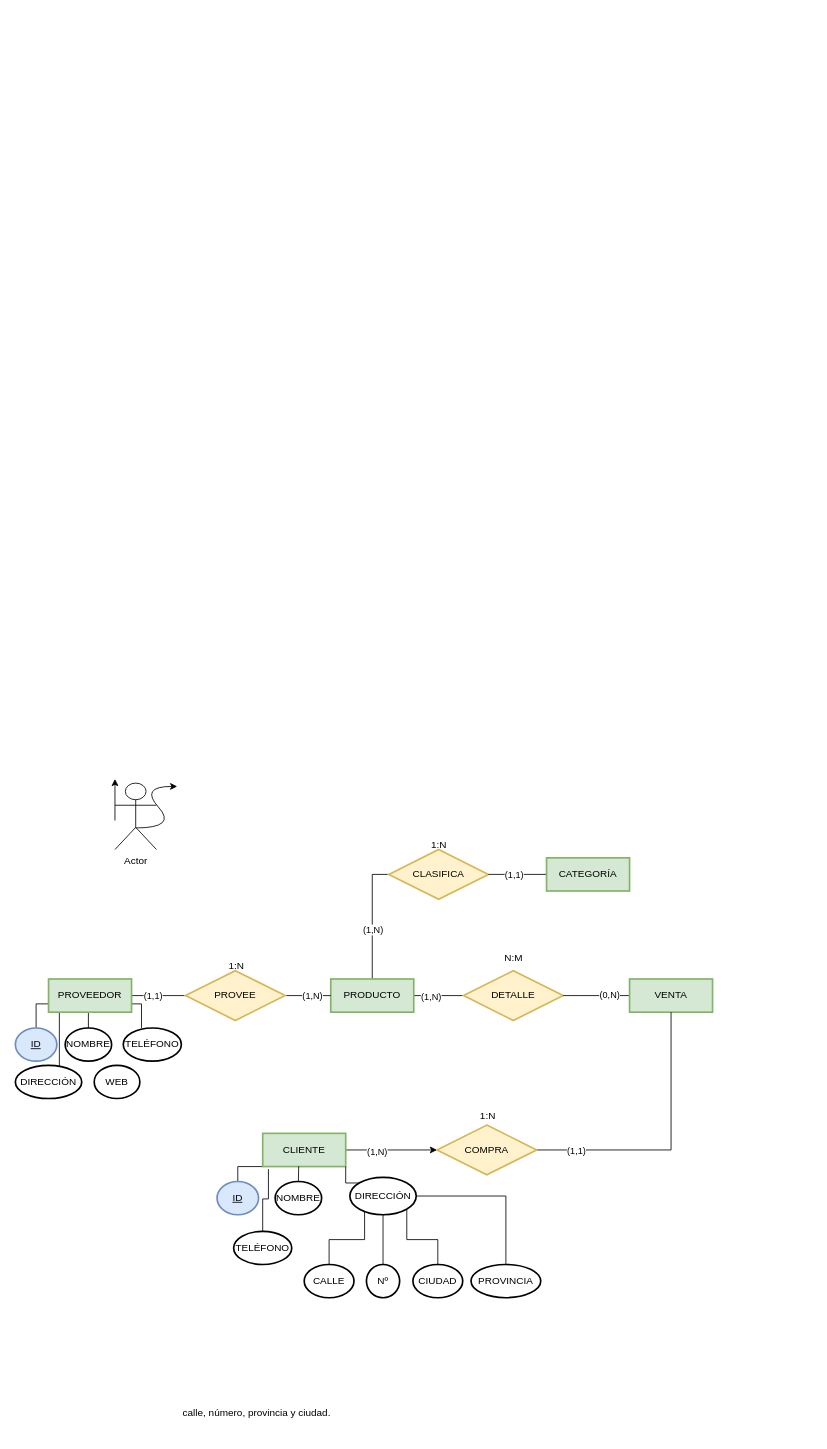
This is Sistema de ventas.drawio from Carball04/Trabajos-E-R, a draw.io file, before an edit. Source tidied: cells renumbered, new cells numbered last; positions are measured from the earlier drawing's top-left corner, leaving out a move shared by most shapes. Both pictures are drawn from the tidied source at 83%, with x=0, y=0 at pixel (15, 779).
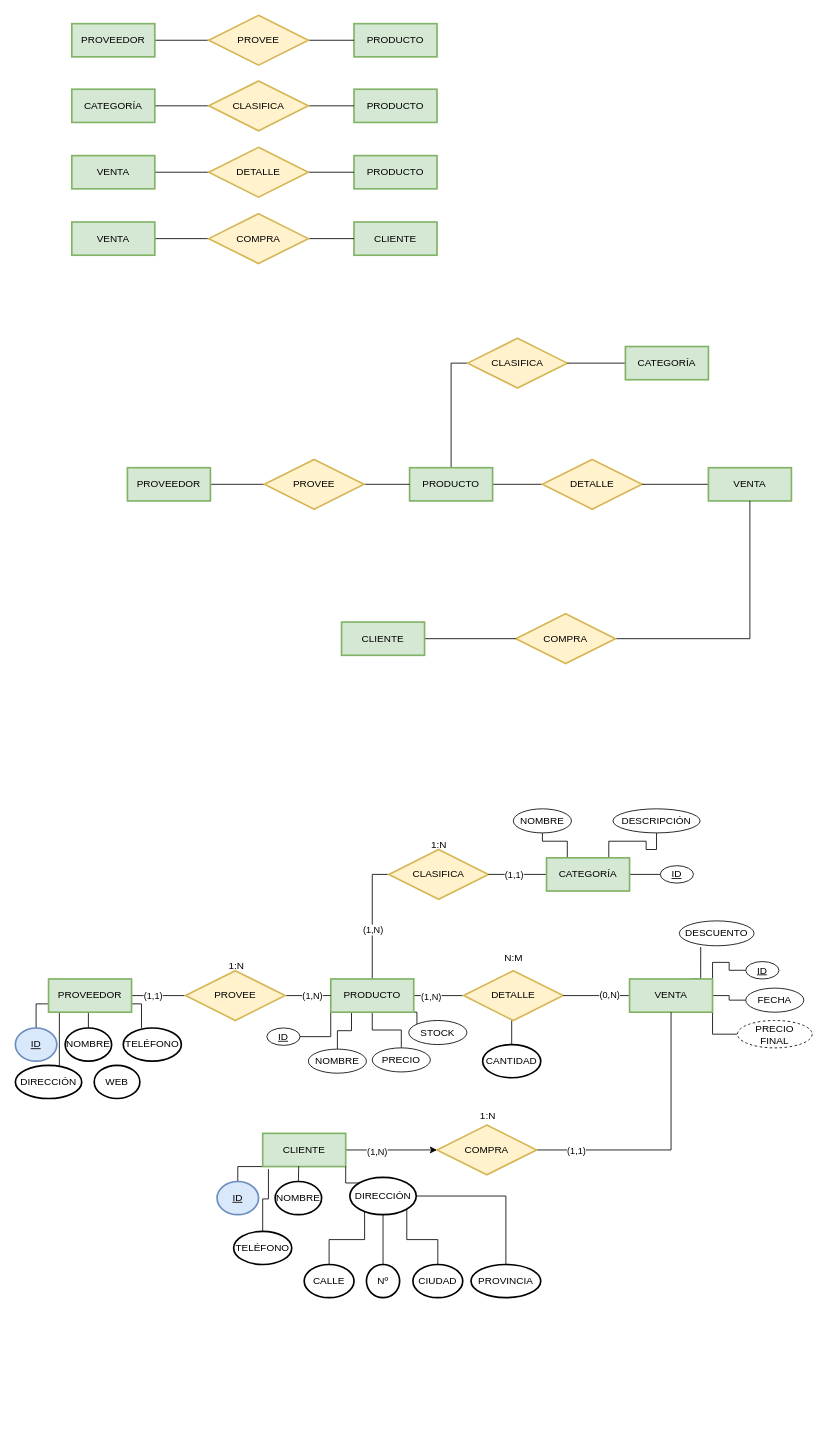
Above is the later version.

Unchanged cells that the change refers to:
```xml
<mxCell id="14" value="PRODUCTO" style="whiteSpace=wrap;html=1;align=center;fillColor=#d5e8d4;strokeColor=#82b366;strokeWidth=2;" parent="1" vertex="1">
  <mxGeometry x="380" y="241" width="100" height="40" as="geometry" />
</mxCell>
<mxCell id="22" value="CATEGORÍA" style="whiteSpace=wrap;html=1;align=center;fillColor=#d5e8d4;strokeColor=#82b366;strokeWidth=2;" parent="1" vertex="1">
  <mxGeometry x="640" y="95" width="100" height="40" as="geometry" />
</mxCell>
<mxCell id="24" value="DETALLE" style="shape=rhombus;perimeter=rhombusPerimeter;whiteSpace=wrap;html=1;align=center;fillColor=#fff2cc;strokeColor=#d6b656;strokeWidth=2;" parent="1" vertex="1">
  <mxGeometry x="540" y="231" width="120" height="60" as="geometry" />
</mxCell>
<mxCell id="27" value="VENTA" style="whiteSpace=wrap;html=1;align=center;fillColor=#d5e8d4;strokeColor=#82b366;strokeWidth=2;" parent="1" vertex="1">
  <mxGeometry x="740" y="241" width="100" height="40" as="geometry" />
</mxCell>
```

Change to the diagram source:
```diff
@@
+    <mxCell id="61" style="edgeStyle=orthogonalEdgeStyle;rounded=0;jettySize=auto;html=1;exitX=0;exitY=1;exitDx=0;exitDy=0;entryX=1;entryY=0.5;entryDx=0;entryDy=0;endArrow=none;endFill=0;" parent="1" edge="1" source="14" target="78">
+      <mxGeometry relative="1" as="geometry" />
+    </mxCell>
+    <mxCell id="62" style="edgeStyle=orthogonalEdgeStyle;rounded=0;jettySize=auto;html=1;exitX=0.25;exitY=1;exitDx=0;exitDy=0;entryX=0.5;entryY=0;entryDx=0;entryDy=0;endArrow=none;endFill=0;" parent="1" edge="1" source="14" target="79">
+      <mxGeometry relative="1" as="geometry" />
+    </mxCell>
+    <mxCell id="63" style="edgeStyle=orthogonalEdgeStyle;rounded=0;jettySize=auto;html=1;exitX=0.5;exitY=1;exitDx=0;exitDy=0;entryX=0.5;entryY=0;entryDx=0;entryDy=0;endArrow=none;endFill=0;" parent="1" edge="1" source="14" target="80">
+      <mxGeometry relative="1" as="geometry" />
+    </mxCell>
+    <mxCell id="64" style="edgeStyle=orthogonalEdgeStyle;rounded=0;jettySize=auto;html=1;exitX=0.75;exitY=1;exitDx=0;exitDy=0;entryX=0;entryY=0;entryDx=0;entryDy=0;endArrow=none;endFill=0;" parent="1" edge="1" source="14" target="81">
+      <mxGeometry relative="1" as="geometry" />
+    </mxCell>
@@
+    <mxCell id="65" style="edgeStyle=orthogonalEdgeStyle;rounded=0;jettySize=auto;html=1;exitX=1;exitY=0.5;exitDx=0;exitDy=0;entryX=0;entryY=0.5;entryDx=0;entryDy=0;endArrow=none;endFill=0;" parent="1" edge="1" source="22" target="82">
+      <mxGeometry relative="1" as="geometry" />
+    </mxCell>
+    <mxCell id="66" style="edgeStyle=orthogonalEdgeStyle;rounded=0;jettySize=auto;html=1;exitX=0.75;exitY=0;exitDx=0;exitDy=0;entryX=0.5;entryY=1;entryDx=0;entryDy=0;endArrow=none;endFill=0;" parent="1" edge="1" source="22" target="84">
+      <mxGeometry relative="1" as="geometry" />
+    </mxCell>
+    <mxCell id="67" style="edgeStyle=orthogonalEdgeStyle;rounded=0;jettySize=auto;html=1;exitX=0.25;exitY=0;exitDx=0;exitDy=0;entryX=0.5;entryY=1;entryDx=0;entryDy=0;endArrow=none;endFill=0;" parent="1" edge="1" source="22" target="83">
+      <mxGeometry relative="1" as="geometry" />
+    </mxCell>
@@
+    <mxCell id="68" style="edgeStyle=orthogonalEdgeStyle;rounded=0;jettySize=auto;html=1;exitX=0.5;exitY=1;exitDx=0;exitDy=0;entryX=0.5;entryY=0;entryDx=0;entryDy=0;endArrow=none;endFill=0;" parent="1" edge="1" source="24" target="73">
+      <mxGeometry relative="1" as="geometry" />
+    </mxCell>
@@
+    <mxCell id="69" style="edgeStyle=orthogonalEdgeStyle;rounded=0;jettySize=auto;html=1;exitX=1;exitY=0;exitDx=0;exitDy=0;entryX=0;entryY=0.5;entryDx=0;entryDy=0;endArrow=none;endFill=0;" parent="1" edge="1" source="27" target="74">
+      <mxGeometry relative="1" as="geometry" />
+    </mxCell>
+    <mxCell id="70" style="edgeStyle=orthogonalEdgeStyle;rounded=0;jettySize=auto;html=1;exitX=1;exitY=0.5;exitDx=0;exitDy=0;entryX=0;entryY=0.5;entryDx=0;entryDy=0;endArrow=none;endFill=0;" parent="1" edge="1" source="27" target="75">
+      <mxGeometry relative="1" as="geometry" />
+    </mxCell>
+    <mxCell id="71" style="edgeStyle=orthogonalEdgeStyle;rounded=0;jettySize=auto;html=1;exitX=1;exitY=1;exitDx=0;exitDy=0;entryX=0;entryY=0.5;entryDx=0;entryDy=0;endArrow=none;endFill=0;" parent="1" edge="1" source="27" target="76">
+      <mxGeometry relative="1" as="geometry" />
+    </mxCell>
+    <mxCell id="72" style="edgeStyle=orthogonalEdgeStyle;rounded=0;jettySize=auto;html=1;exitX=0.75;exitY=0;exitDx=0;exitDy=0;entryX=0.286;entryY=1.05;entryDx=0;entryDy=0;entryPerimeter=0;endArrow=none;endFill=0;" parent="1" edge="1" source="27" target="77">
+      <mxGeometry relative="1" as="geometry" />
+    </mxCell>
@@
-    <mxCell id="28" value="Actor" style="shape=umlActor;verticalLabelPosition=bottom;verticalAlign=top;html=1;" parent="1" vertex="1">
-      <mxGeometry x="120" y="5" width="50" height="80" as="geometry" />
-    </mxCell>
-    <mxCell id="29" style="curved=1;endArrow=classic;html=1;rounded=0;" parent="1" edge="1">
-      <mxGeometry relative="1" as="geometry">
-        <mxPoint x="145" y="59" as="sourcePoint" />
-        <mxPoint x="195" y="9" as="targetPoint" />
-        <Array as="points">
-          <mxPoint x="195" y="59" />
-          <mxPoint x="150" y="9" />
-        </Array>
-      </mxGeometry>
-    </mxCell>
-    <mxCell id="30" style="endArrow=classic;html=1;rounded=0;" parent="1" edge="1">
-      <mxGeometry relative="1" as="geometry">
-        <mxPoint x="120" y="50" as="sourcePoint" />
-        <mxPoint x="120" as="targetPoint" />
-      </mxGeometry>
-    </mxCell>
@@
-    <mxCell id="57" value="calle, número, provincia y ciudad." style="text;whiteSpace=wrap;html=1;" parent="1" vertex="1">
-      <mxGeometry x="200" y="750" width="210" height="40" as="geometry" />
-    </mxCell>
@@
+    <mxCell id="73" value="CANTIDAD" style="ellipse;whiteSpace=wrap;html=1;align=center;strokeWidth=2;" parent="1" vertex="1">
+      <mxGeometry x="563" y="320" width="70" height="40" as="geometry" />
+    </mxCell>
+    <mxCell id="74" value="ID" style="ellipse;whiteSpace=wrap;html=1;align=center;fontStyle=4;" parent="1" vertex="1">
+      <mxGeometry x="880" y="220" width="40" height="21" as="geometry" />
+    </mxCell>
+    <mxCell id="75" value="FECHA" style="ellipse;whiteSpace=wrap;html=1;align=center;" parent="1" vertex="1">
+      <mxGeometry x="880" y="252" width="70" height="29" as="geometry" />
+    </mxCell>
+    <mxCell id="76" value="&lt;div&gt;PRECIO&lt;/div&gt;&lt;div&gt;FINAL&lt;br&gt;&lt;/div&gt;" style="ellipse;whiteSpace=wrap;html=1;align=center;dashed=1;" parent="1" vertex="1">
+      <mxGeometry x="870" y="291" width="90" height="33" as="geometry" />
+    </mxCell>
+    <mxCell id="77" value="DESCUENTO" style="ellipse;whiteSpace=wrap;html=1;align=center;" parent="1" vertex="1">
+      <mxGeometry x="800" y="171" width="90" height="30" as="geometry" />
+    </mxCell>
+    <mxCell id="78" value="ID" style="ellipse;whiteSpace=wrap;html=1;align=center;fontStyle=4;" parent="1" vertex="1">
+      <mxGeometry x="303" y="300" width="40" height="21" as="geometry" />
+    </mxCell>
+    <mxCell id="79" value="NOMBRE" style="ellipse;whiteSpace=wrap;html=1;align=center;" parent="1" vertex="1">
+      <mxGeometry x="353" y="325.5" width="70" height="29" as="geometry" />
+    </mxCell>
+    <mxCell id="80" value="PRECIO" style="ellipse;whiteSpace=wrap;html=1;align=center;" parent="1" vertex="1">
+      <mxGeometry x="430" y="324" width="70" height="29" as="geometry" />
+    </mxCell>
+    <mxCell id="81" value="STOCK" style="ellipse;whiteSpace=wrap;html=1;align=center;" parent="1" vertex="1">
+      <mxGeometry x="474" y="291" width="70" height="29" as="geometry" />
+    </mxCell>
+    <mxCell id="82" value="ID" style="ellipse;whiteSpace=wrap;html=1;align=center;fontStyle=4;" parent="1" vertex="1">
+      <mxGeometry x="777" y="104.5" width="40" height="21" as="geometry" />
+    </mxCell>
+    <mxCell id="83" value="NOMBRE" style="ellipse;whiteSpace=wrap;html=1;align=center;" parent="1" vertex="1">
+      <mxGeometry x="600" y="36" width="70" height="29" as="geometry" />
+    </mxCell>
+    <mxCell id="84" value="DESCRIPCIÓN" style="ellipse;whiteSpace=wrap;html=1;align=center;" parent="1" vertex="1">
+      <mxGeometry x="720" y="36" width="105" height="29" as="geometry" />
+    </mxCell>
+    <mxCell id="85" style="edgeStyle=orthogonalEdgeStyle;rounded=0;jettySize=auto;html=1;exitX=1;exitY=0.5;exitDx=0;exitDy=0;entryX=0;entryY=0.5;entryDx=0;entryDy=0;endArrow=none;endFill=0;" parent="1" edge="1" source="86" target="90">
+      <mxGeometry relative="1" as="geometry" />
+    </mxCell>
+    <mxCell id="86" value="PROVEEDOR" style="whiteSpace=wrap;html=1;align=center;fillColor=#d5e8d4;strokeColor=#82b366;strokeWidth=2;" parent="1" vertex="1">
+      <mxGeometry x="68" y="-910" width="100" height="40" as="geometry" />
+    </mxCell>
+    <mxCell id="87" style="edgeStyle=orthogonalEdgeStyle;rounded=0;jettySize=auto;html=1;exitX=0.5;exitY=1;exitDx=0;exitDy=0;endArrow=none;endFill=0;" parent="1" edge="1" source="88">
+      <mxGeometry relative="1" as="geometry">
+        <mxPoint x="458.3" y="-869.9" as="targetPoint" />
+      </mxGeometry>
+    </mxCell>
+    <mxCell id="88" value="PRODUCTO" style="whiteSpace=wrap;html=1;align=center;fillColor=#d5e8d4;strokeColor=#82b366;strokeWidth=2;" parent="1" vertex="1">
+      <mxGeometry x="408" y="-910" width="100" height="40" as="geometry" />
+    </mxCell>
+    <mxCell id="89" style="edgeStyle=orthogonalEdgeStyle;rounded=0;jettySize=auto;html=1;exitX=1;exitY=0.5;exitDx=0;exitDy=0;endArrow=none;endFill=0;" parent="1" edge="1" source="90" target="88">
+      <mxGeometry relative="1" as="geometry" />
+    </mxCell>
+    <mxCell id="90" value="PROVEE" style="shape=rhombus;perimeter=rhombusPerimeter;whiteSpace=wrap;html=1;align=center;fillColor=#fff2cc;strokeColor=#d6b656;strokeWidth=2;" parent="1" vertex="1">
+      <mxGeometry x="233" y="-920" width="120" height="60" as="geometry" />
+    </mxCell>
+    <mxCell id="91" style="edgeStyle=orthogonalEdgeStyle;rounded=0;jettySize=auto;html=1;exitX=1;exitY=0.5;exitDx=0;exitDy=0;entryX=0;entryY=0.5;entryDx=0;entryDy=0;endArrow=none;endFill=0;" parent="1" edge="1" source="92" target="96">
+      <mxGeometry relative="1" as="geometry" />
+    </mxCell>
+    <mxCell id="92" value="CATEGORÍA" style="whiteSpace=wrap;html=1;align=center;fillColor=#d5e8d4;strokeColor=#82b366;strokeWidth=2;" parent="1" vertex="1">
+      <mxGeometry x="68" y="-831" width="100" height="40" as="geometry" />
+    </mxCell>
+    <mxCell id="93" style="edgeStyle=orthogonalEdgeStyle;rounded=0;jettySize=auto;html=1;exitX=0.5;exitY=1;exitDx=0;exitDy=0;endArrow=none;endFill=0;" parent="1" edge="1" source="94">
+      <mxGeometry relative="1" as="geometry">
+        <mxPoint x="458.3" y="-790.9" as="targetPoint" />
+      </mxGeometry>
+    </mxCell>
+    <mxCell id="94" value="PRODUCTO" style="whiteSpace=wrap;html=1;align=center;fillColor=#d5e8d4;strokeColor=#82b366;strokeWidth=2;" parent="1" vertex="1">
+      <mxGeometry x="408" y="-831" width="100" height="40" as="geometry" />
+    </mxCell>
+    <mxCell id="95" style="edgeStyle=orthogonalEdgeStyle;rounded=0;jettySize=auto;html=1;exitX=1;exitY=0.5;exitDx=0;exitDy=0;endArrow=none;endFill=0;" parent="1" edge="1" source="96" target="94">
+      <mxGeometry relative="1" as="geometry" />
+    </mxCell>
+    <mxCell id="96" value="CLASIFICA" style="shape=rhombus;perimeter=rhombusPerimeter;whiteSpace=wrap;html=1;align=center;fillColor=#fff2cc;strokeColor=#d6b656;strokeWidth=2;" parent="1" vertex="1">
+      <mxGeometry x="233" y="-841" width="120" height="60" as="geometry" />
+    </mxCell>
+    <mxCell id="97" style="edgeStyle=orthogonalEdgeStyle;rounded=0;jettySize=auto;html=1;exitX=1;exitY=0.5;exitDx=0;exitDy=0;entryX=0;entryY=0.5;entryDx=0;entryDy=0;endArrow=none;endFill=0;" parent="1" edge="1" source="98" target="102">
+      <mxGeometry relative="1" as="geometry" />
+    </mxCell>
+    <mxCell id="98" value="VENTA" style="whiteSpace=wrap;html=1;align=center;fillColor=#d5e8d4;strokeColor=#82b366;strokeWidth=2;" parent="1" vertex="1">
+      <mxGeometry x="68" y="-751" width="100" height="40" as="geometry" />
+    </mxCell>
+    <mxCell id="99" style="edgeStyle=orthogonalEdgeStyle;rounded=0;jettySize=auto;html=1;exitX=0.5;exitY=1;exitDx=0;exitDy=0;endArrow=none;endFill=0;" parent="1" edge="1" source="100">
+      <mxGeometry relative="1" as="geometry">
+        <mxPoint x="458.3" y="-710.9" as="targetPoint" />
+      </mxGeometry>
+    </mxCell>
+    <mxCell id="100" value="PRODUCTO" style="whiteSpace=wrap;html=1;align=center;fillColor=#d5e8d4;strokeColor=#82b366;strokeWidth=2;" parent="1" vertex="1">
+      <mxGeometry x="408" y="-751" width="100" height="40" as="geometry" />
+    </mxCell>
+    <mxCell id="101" style="edgeStyle=orthogonalEdgeStyle;rounded=0;jettySize=auto;html=1;exitX=1;exitY=0.5;exitDx=0;exitDy=0;endArrow=none;endFill=0;" parent="1" edge="1" source="102" target="100">
+      <mxGeometry relative="1" as="geometry" />
+    </mxCell>
+    <mxCell id="102" value="DETALLE" style="shape=rhombus;perimeter=rhombusPerimeter;whiteSpace=wrap;html=1;align=center;fillColor=#fff2cc;strokeColor=#d6b656;strokeWidth=2;" parent="1" vertex="1">
+      <mxGeometry x="233" y="-761" width="120" height="60" as="geometry" />
+    </mxCell>
+    <mxCell id="103" style="edgeStyle=orthogonalEdgeStyle;rounded=0;jettySize=auto;html=1;exitX=1;exitY=0.5;exitDx=0;exitDy=0;entryX=0;entryY=0.5;entryDx=0;entryDy=0;endArrow=none;endFill=0;" parent="1" edge="1" source="104" target="108">
+      <mxGeometry relative="1" as="geometry" />
+    </mxCell>
+    <mxCell id="104" value="VENTA" style="whiteSpace=wrap;html=1;align=center;fillColor=#d5e8d4;strokeColor=#82b366;strokeWidth=2;" parent="1" vertex="1">
+      <mxGeometry x="68" y="-671" width="100" height="40" as="geometry" />
+    </mxCell>
+    <mxCell id="105" style="edgeStyle=orthogonalEdgeStyle;rounded=0;jettySize=auto;html=1;exitX=0.5;exitY=1;exitDx=0;exitDy=0;endArrow=none;endFill=0;" parent="1" edge="1" source="106">
+      <mxGeometry relative="1" as="geometry">
+        <mxPoint x="458.3" y="-630.9" as="targetPoint" />
+      </mxGeometry>
+    </mxCell>
+    <mxCell id="106" value="CLIENTE" style="whiteSpace=wrap;html=1;align=center;fillColor=#d5e8d4;strokeColor=#82b366;strokeWidth=2;" parent="1" vertex="1">
+      <mxGeometry x="408" y="-671" width="100" height="40" as="geometry" />
+    </mxCell>
+    <mxCell id="107" style="edgeStyle=orthogonalEdgeStyle;rounded=0;jettySize=auto;html=1;exitX=1;exitY=0.5;exitDx=0;exitDy=0;endArrow=none;endFill=0;" parent="1" edge="1" source="108" target="106">
+      <mxGeometry relative="1" as="geometry" />
+    </mxCell>
+    <mxCell id="108" value="COMPRA " style="shape=rhombus;perimeter=rhombusPerimeter;whiteSpace=wrap;html=1;align=center;fillColor=#fff2cc;strokeColor=#d6b656;strokeWidth=2;" parent="1" vertex="1">
+      <mxGeometry x="233" y="-681" width="120" height="60" as="geometry" />
+    </mxCell>
+    <mxCell id="109" style="edgeStyle=orthogonalEdgeStyle;rounded=0;jettySize=auto;html=1;exitX=1;exitY=0.5;exitDx=0;exitDy=0;entryX=0;entryY=0.5;entryDx=0;entryDy=0;endArrow=none;endFill=0;" parent="1" edge="1" source="110" target="115">
+      <mxGeometry relative="1" as="geometry" />
+    </mxCell>
+    <mxCell id="110" value="PROVEEDOR" style="whiteSpace=wrap;html=1;align=center;fillColor=#d5e8d4;strokeColor=#82b366;strokeWidth=2;" parent="1" vertex="1">
+      <mxGeometry x="135" y="-375" width="100" height="40" as="geometry" />
+    </mxCell>
+    <mxCell id="111" style="edgeStyle=orthogonalEdgeStyle;rounded=0;jettySize=auto;html=1;exitX=0.5;exitY=0;exitDx=0;exitDy=0;endArrow=none;endFill=0;entryX=0;entryY=0.5;entryDx=0;entryDy=0;" parent="1" edge="1" source="113" target="116">
+      <mxGeometry relative="1" as="geometry" />
+    </mxCell>
+    <mxCell id="112" style="edgeStyle=orthogonalEdgeStyle;rounded=0;jettySize=auto;html=1;exitX=1;exitY=0.5;exitDx=0;exitDy=0;entryX=0;entryY=0.5;entryDx=0;entryDy=0;endArrow=none;endFill=0;" parent="1" edge="1" source="113" target="119">
+      <mxGeometry relative="1" as="geometry" />
+    </mxCell>
+    <mxCell id="113" value="PRODUCTO" style="whiteSpace=wrap;html=1;align=center;fillColor=#d5e8d4;strokeColor=#82b366;strokeWidth=2;" parent="1" vertex="1">
+      <mxGeometry x="475" y="-375" width="100" height="40" as="geometry" />
+    </mxCell>
+    <mxCell id="114" style="edgeStyle=orthogonalEdgeStyle;rounded=0;jettySize=auto;html=1;exitX=1;exitY=0.5;exitDx=0;exitDy=0;endArrow=none;endFill=0;" parent="1" edge="1" source="115" target="113">
+      <mxGeometry relative="1" as="geometry" />
+    </mxCell>
+    <mxCell id="115" value="PROVEE" style="shape=rhombus;perimeter=rhombusPerimeter;whiteSpace=wrap;html=1;align=center;fillColor=#fff2cc;strokeColor=#d6b656;strokeWidth=2;" parent="1" vertex="1">
+      <mxGeometry x="300" y="-385" width="120" height="60" as="geometry" />
+    </mxCell>
+    <mxCell id="116" value="CLASIFICA" style="shape=rhombus;perimeter=rhombusPerimeter;whiteSpace=wrap;html=1;align=center;fillColor=#fff2cc;strokeColor=#d6b656;strokeWidth=2;" parent="1" vertex="1">
+      <mxGeometry x="545" y="-531" width="120" height="60" as="geometry" />
+    </mxCell>
+    <mxCell id="117" style="edgeStyle=orthogonalEdgeStyle;rounded=0;jettySize=auto;html=1;entryX=1;entryY=0.5;entryDx=0;entryDy=0;endArrow=none;endFill=0;" parent="1" edge="1" source="118" target="116">
+      <mxGeometry relative="1" as="geometry" />
+    </mxCell>
+    <mxCell id="118" value="CATEGORÍA" style="whiteSpace=wrap;html=1;align=center;fillColor=#d5e8d4;strokeColor=#82b366;strokeWidth=2;" parent="1" vertex="1">
+      <mxGeometry x="735" y="-521" width="100" height="40" as="geometry" />
+    </mxCell>
+    <mxCell id="119" value="DETALLE" style="shape=rhombus;perimeter=rhombusPerimeter;whiteSpace=wrap;html=1;align=center;fillColor=#fff2cc;strokeColor=#d6b656;strokeWidth=2;" parent="1" vertex="1">
+      <mxGeometry x="635" y="-385" width="120" height="60" as="geometry" />
+    </mxCell>
+    <mxCell id="120" style="edgeStyle=orthogonalEdgeStyle;rounded=0;jettySize=auto;html=1;exitX=0;exitY=0.5;exitDx=0;exitDy=0;entryX=1;entryY=0.5;entryDx=0;entryDy=0;endArrow=none;endFill=0;" parent="1" edge="1" source="121" target="119">
+      <mxGeometry relative="1" as="geometry" />
+    </mxCell>
+    <mxCell id="121" value="VENTA" style="whiteSpace=wrap;html=1;align=center;fillColor=#d5e8d4;strokeColor=#82b366;strokeWidth=2;" parent="1" vertex="1">
+      <mxGeometry x="835" y="-375" width="100" height="40" as="geometry" />
+    </mxCell>
+    <mxCell id="122" style="edgeStyle=orthogonalEdgeStyle;rounded=0;jettySize=auto;html=1;exitX=1;exitY=0.5;exitDx=0;exitDy=0;entryX=0.5;entryY=1;entryDx=0;entryDy=0;endArrow=none;endFill=0;" parent="1" edge="1" source="123" target="121">
+      <mxGeometry relative="1" as="geometry" />
+    </mxCell>
+    <mxCell id="123" value="COMPRA" style="shape=rhombus;perimeter=rhombusPerimeter;whiteSpace=wrap;html=1;align=center;fillColor=#fff2cc;strokeColor=#d6b656;strokeWidth=2;" parent="1" vertex="1">
+      <mxGeometry x="603" y="-199" width="120" height="60" as="geometry" />
+    </mxCell>
+    <mxCell id="124" style="edgeStyle=orthogonalEdgeStyle;rounded=0;jettySize=auto;html=1;exitX=1;exitY=0.5;exitDx=0;exitDy=0;entryX=0;entryY=0.5;entryDx=0;entryDy=0;endArrow=none;endFill=0;" parent="1" edge="1" source="125" target="123">
+      <mxGeometry relative="1" as="geometry" />
+    </mxCell>
+    <mxCell id="125" value="CLIENTE" style="whiteSpace=wrap;html=1;align=center;fillColor=#d5e8d4;strokeColor=#82b366;strokeWidth=2;" parent="1" vertex="1">
+      <mxGeometry x="393" y="-189" width="100" height="40" as="geometry" />
+    </mxCell>
```
